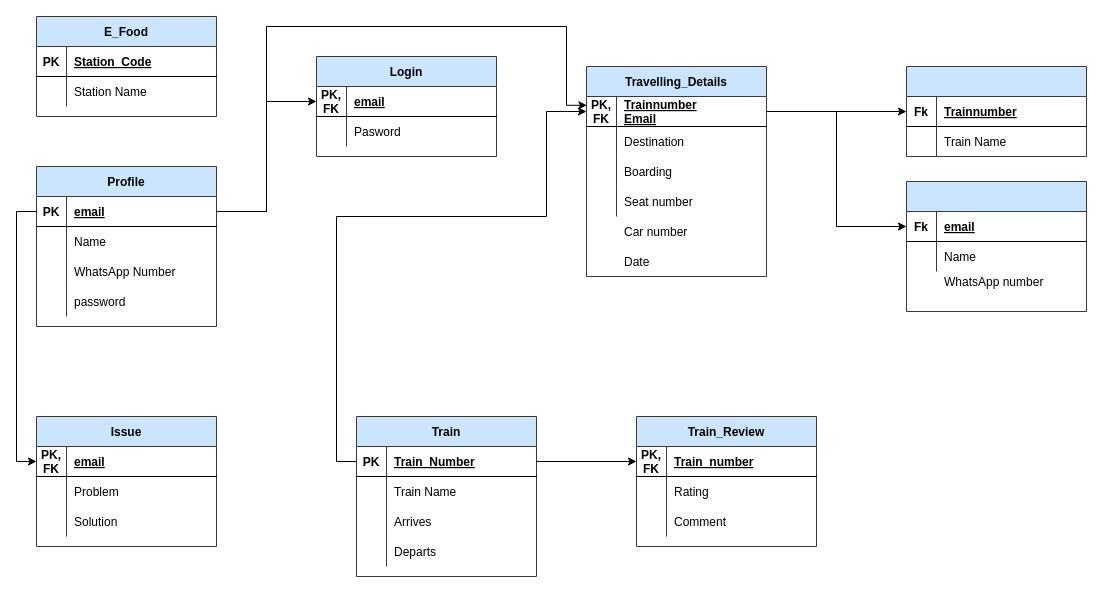
Above: Schema1.drawio in KarandeepSinghCoder/DBMSJcomponent (draw.io), before the change. Source tidied: cells renumbered, new cells numbered last; positions are measured from the earlier drawing's top-left corner, leaving out a move shared by most shapes. Both pictures are drawn from the tidied source at 100%, with x=0, y=0 at pixel (36, 16).
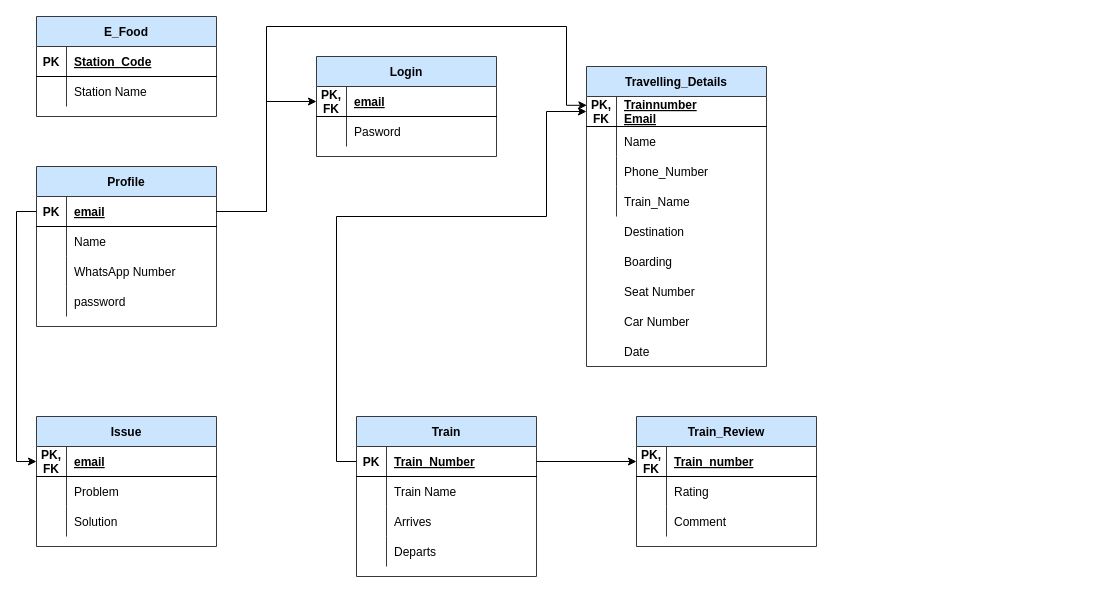
Above is the later version.

The change refers to these unchanged cells:
```xml
<mxCell id="16" style="shape=partialRectangle;fillColor=none;top=0;left=0;bottom=1;right=0;points=[[0,0.5],[1,0.5]];portConstraint=eastwest;" parent="15" vertex="1">
  <mxGeometry y="30" width="180" height="30" as="geometry" />
</mxCell>
```

What changed in the source:
```diff
@@
     <mxCell id="15" value="Travelling_Details" style="shape=table;startSize=30;childLayout=tableLayout;rowLines=0;fontStyle=1;align=center;fillColor=#cce5ff;strokeColor=#36393d;" parent="1" vertex="1">
-      <mxGeometry x="550" y="50" width="180" height="210" as="geometry" />
+      <mxGeometry x="550" y="50" width="180" height="300" as="geometry" />
     </mxCell>
@@
-    <mxCell id="19" style="shape=partialRectangle;fillColor=none;top=0;left=0;bottom=0;right=0;" parent="15" vertex="1">
-      <mxGeometry y="60" width="180" height="30" as="geometry" />
-    </mxCell>
-    <mxCell id="20" style="shape=partialRectangle;fillColor=none;top=0;left=0;bottom=0;right=0;overflow=hidden;" parent="19" vertex="1">
-      <mxGeometry width="30" height="30" as="geometry" />
-    </mxCell>
-    <mxCell id="21" value="Destination" style="shape=partialRectangle;fillColor=none;top=0;left=0;bottom=0;right=0;align=left;spacingLeft=6;overflow=hidden;" parent="19" vertex="1">
-      <mxGeometry x="30" width="150" height="30" as="geometry" />
-    </mxCell>
     <mxCell id="22" style="shape=partialRectangle;fillColor=none;top=0;left=0;bottom=0;right=0;" parent="15" vertex="1">
-      <mxGeometry y="90" width="180" height="30" as="geometry" />
+      <mxGeometry y="60" width="180" height="30" as="geometry" />
     </mxCell>
@@
-    <mxCell id="24" value="Boarding" style="shape=partialRectangle;fillColor=none;top=0;left=0;bottom=0;right=0;align=left;spacingLeft=6;overflow=hidden;" parent="22" vertex="1">
+    <mxCell id="24" style="shape=partialRectangle;fillColor=none;top=0;left=0;bottom=0;right=0;align=left;spacingLeft=6;overflow=hidden;" parent="22" vertex="1">
       <mxGeometry x="30" width="150" height="30" as="geometry" />
     </mxCell>
     <mxCell id="25" style="shape=partialRectangle;fillColor=none;top=0;left=0;bottom=0;right=0;" parent="15" vertex="1">
-      <mxGeometry y="120" width="180" height="30" as="geometry" />
+      <mxGeometry y="90" width="180" height="30" as="geometry" />
     </mxCell>
@@
-    <mxCell id="27" value="Seat number" style="shape=partialRectangle;fillColor=none;top=0;left=0;bottom=0;right=0;align=left;spacingLeft=6;overflow=hidden;" parent="25" vertex="1">
+    <mxCell id="27" style="shape=partialRectangle;fillColor=none;top=0;left=0;bottom=0;right=0;align=left;spacingLeft=6;overflow=hidden;" parent="25" vertex="1">
       <mxGeometry x="30" width="150" height="30" as="geometry" />
     </mxCell>
-    <mxCell id="28" style="shape=partialRectangle;fillColor=none;top=0;left=0;bottom=0;right=0;" parent="1" vertex="1">
-      <mxGeometry x="550" y="200" width="180" height="30" as="geometry" />
-    </mxCell>
-    <mxCell id="29" style="shape=partialRectangle;fillColor=none;top=0;left=0;bottom=0;right=0;overflow=hidden;" parent="28" vertex="1">
-      <mxGeometry width="30" height="30" as="geometry" />
-    </mxCell>
-    <mxCell id="30" value="Car number" style="shape=partialRectangle;fillColor=none;top=0;left=0;bottom=0;right=0;align=left;spacingLeft=6;overflow=hidden;" parent="28" vertex="1">
-      <mxGeometry x="30" width="150" height="30" as="geometry" />
-    </mxCell>
+    <mxCell id="19" style="shape=partialRectangle;fillColor=none;top=0;left=0;bottom=0;right=0;" parent="15" vertex="1">
+      <mxGeometry y="120" width="180" height="30" as="geometry" />
+    </mxCell>
+    <mxCell id="20" style="shape=partialRectangle;fillColor=none;top=0;left=0;bottom=0;right=0;overflow=hidden;" parent="19" vertex="1">
+      <mxGeometry width="30" height="30" as="geometry" />
+    </mxCell>
+    <mxCell id="21" style="shape=partialRectangle;fillColor=none;top=0;left=0;bottom=0;right=0;align=left;spacingLeft=6;overflow=hidden;" parent="19" vertex="1">
+      <mxGeometry x="30" width="150" height="30" as="geometry" />
+    </mxCell>
@@
-    <mxCell id="33" style="shape=partialRectangle;fillColor=none;top=0;left=0;bottom=0;right=0;" parent="1" vertex="1">
-      <mxGeometry x="550" y="230" width="180" height="30" as="geometry" />
-    </mxCell>
-    <mxCell id="34" style="shape=partialRectangle;fillColor=none;top=0;left=0;bottom=0;right=0;overflow=hidden;" parent="33" vertex="1">
-      <mxGeometry width="30" height="30" as="geometry" />
-    </mxCell>
-    <mxCell id="35" value="Date" style="shape=partialRectangle;fillColor=none;top=0;left=0;bottom=0;right=0;align=left;spacingLeft=6;overflow=hidden;" parent="33" vertex="1">
-      <mxGeometry x="30" width="150" height="30" as="geometry" />
-    </mxCell>
-    <mxCell id="36" style="shape=partialRectangle;fillColor=none;top=0;left=0;bottom=0;right=0;" parent="1" vertex="1">
-      <mxGeometry x="870" y="250" width="180" height="30" as="geometry" />
-    </mxCell>
-    <mxCell id="37" style="shape=partialRectangle;fillColor=none;top=0;left=0;bottom=0;right=0;overflow=hidden;" parent="36" vertex="1">
-      <mxGeometry width="30" height="30" as="geometry" />
-    </mxCell>
-    <mxCell id="38" value="WhatsApp number" style="shape=partialRectangle;fillColor=none;top=0;left=0;bottom=0;right=0;align=left;spacingLeft=6;overflow=hidden;" parent="36" vertex="1">
-      <mxGeometry x="30" width="150" height="30" as="geometry" />
-    </mxCell>
-    <mxCell id="39" style="shape=table;startSize=30;childLayout=tableLayout;rowLines=0;fontStyle=1;align=center;fillColor=#cce5ff;strokeColor=#36393d;" parent="1" vertex="1">
-      <mxGeometry x="870" y="50" width="180" height="90" as="geometry" />
-    </mxCell>
-    <mxCell id="40" style="shape=partialRectangle;fillColor=none;top=0;left=0;bottom=1;right=0;points=[[0,0.5],[1,0.5]];portConstraint=eastwest;" parent="39" vertex="1">
-      <mxGeometry y="30" width="180" height="30" as="geometry" />
-    </mxCell>
-    <mxCell id="41" value="Fk" style="shape=partialRectangle;fillColor=none;top=0;left=0;bottom=0;right=0;fontStyle=1;overflow=hidden;" parent="40" vertex="1">
-      <mxGeometry width="30" height="30" as="geometry" />
-    </mxCell>
-    <mxCell id="42" value="Trainnumber" style="shape=partialRectangle;fillColor=none;top=0;left=0;bottom=0;right=0;align=left;spacingLeft=6;fontStyle=5;overflow=hidden;" parent="40" vertex="1">
-      <mxGeometry x="30" width="150" height="30" as="geometry" />
-    </mxCell>
-    <mxCell id="43" style="shape=partialRectangle;fillColor=none;top=0;left=0;bottom=0;right=0;" parent="39" vertex="1">
-      <mxGeometry y="60" width="180" height="30" as="geometry" />
-    </mxCell>
-    <mxCell id="44" style="shape=partialRectangle;fillColor=none;top=0;left=0;bottom=0;right=0;overflow=hidden;" parent="43" vertex="1">
-      <mxGeometry width="30" height="30" as="geometry" />
-    </mxCell>
-    <mxCell id="45" value="Train Name" style="shape=partialRectangle;fillColor=none;top=0;left=0;bottom=0;right=0;align=left;spacingLeft=6;overflow=hidden;" parent="43" vertex="1">
-      <mxGeometry x="30" width="150" height="30" as="geometry" />
-    </mxCell>
-    <mxCell id="46" style="shape=table;startSize=30;childLayout=tableLayout;rowLines=0;fontStyle=1;align=center;fillColor=#cce5ff;strokeColor=#36393d;" parent="1" vertex="1">
-      <mxGeometry x="870" y="165" width="180" height="130" as="geometry" />
-    </mxCell>
-    <mxCell id="47" style="shape=partialRectangle;fillColor=none;top=0;left=0;bottom=1;right=0;points=[[0,0.5],[1,0.5]];portConstraint=eastwest;" parent="46" vertex="1">
-      <mxGeometry y="30" width="180" height="30" as="geometry" />
-    </mxCell>
-    <mxCell id="48" value="Fk" style="shape=partialRectangle;fillColor=none;top=0;left=0;bottom=0;right=0;fontStyle=1;overflow=hidden;" parent="47" vertex="1">
-      <mxGeometry width="30" height="30" as="geometry" />
-    </mxCell>
-    <mxCell id="49" value="email" style="shape=partialRectangle;fillColor=none;top=0;left=0;bottom=0;right=0;align=left;spacingLeft=6;fontStyle=5;overflow=hidden;" parent="47" vertex="1">
-      <mxGeometry x="30" width="150" height="30" as="geometry" />
-    </mxCell>
-    <mxCell id="50" style="shape=partialRectangle;fillColor=none;top=0;left=0;bottom=0;right=0;" parent="46" vertex="1">
-      <mxGeometry y="60" width="180" height="30" as="geometry" />
-    </mxCell>
-    <mxCell id="51" style="shape=partialRectangle;fillColor=none;top=0;left=0;bottom=0;right=0;overflow=hidden;" parent="50" vertex="1">
-      <mxGeometry width="30" height="30" as="geometry" />
-    </mxCell>
-    <mxCell id="52" value="Name" style="shape=partialRectangle;fillColor=none;top=0;left=0;bottom=0;right=0;align=left;spacingLeft=6;overflow=hidden;" parent="50" vertex="1">
-      <mxGeometry x="30" width="150" height="30" as="geometry" />
-    </mxCell>
@@
-    <mxCell id="105" style="edgeStyle=orthogonalEdgeStyle;rounded=0;jettySize=auto;html=1;exitX=1;exitY=0.5;exitDx=0;exitDy=0;entryX=0;entryY=0.5;entryDx=0;entryDy=0;" parent="1" edge="1" source="16" target="40">
-      <mxGeometry relative="1" as="geometry" />
-    </mxCell>
-    <mxCell id="106" style="edgeStyle=orthogonalEdgeStyle;rounded=0;jettySize=auto;html=1;exitX=1;exitY=0.5;exitDx=0;exitDy=0;entryX=0;entryY=0.5;entryDx=0;entryDy=0;" parent="1" edge="1" source="16" target="47">
-      <mxGeometry relative="1" as="geometry" />
-    </mxCell>
+    <mxCell id="52" value="Name" style="shape=partialRectangle;fillColor=none;top=0;left=0;bottom=0;right=0;align=left;spacingLeft=6;overflow=hidden;" parent="1" vertex="1">
+      <mxGeometry x="580" y="110" width="150" height="30" as="geometry" />
+    </mxCell>
+    <mxCell id="107" value="Phone_Number" style="shape=partialRectangle;fillColor=none;top=0;left=0;bottom=0;right=0;align=left;spacingLeft=6;overflow=hidden;" parent="1" vertex="1">
+      <mxGeometry x="580" y="140" width="150" height="30" as="geometry" />
+    </mxCell>
+    <mxCell id="108" value="Train_Name" style="shape=partialRectangle;fillColor=none;top=0;left=0;bottom=0;right=0;align=left;spacingLeft=6;overflow=hidden;" parent="1" vertex="1">
+      <mxGeometry x="580" y="170" width="150" height="30" as="geometry" />
+    </mxCell>
+    <mxCell id="109" value="Destination" style="shape=partialRectangle;fillColor=none;top=0;left=0;bottom=0;right=0;align=left;spacingLeft=6;overflow=hidden;" parent="1" vertex="1">
+      <mxGeometry x="580" y="200" width="150" height="30" as="geometry" />
+    </mxCell>
+    <mxCell id="110" value="Boarding" style="shape=partialRectangle;fillColor=none;top=0;left=0;bottom=0;right=0;align=left;spacingLeft=6;overflow=hidden;" parent="1" vertex="1">
+      <mxGeometry x="580" y="230" width="150" height="30" as="geometry" />
+    </mxCell>
+    <mxCell id="111" value="Seat Number" style="shape=partialRectangle;fillColor=none;top=0;left=0;bottom=0;right=0;align=left;spacingLeft=6;overflow=hidden;" parent="1" vertex="1">
+      <mxGeometry x="580" y="260" width="150" height="30" as="geometry" />
+    </mxCell>
+    <mxCell id="112" value="Car Number" style="shape=partialRectangle;fillColor=none;top=0;left=0;bottom=0;right=0;align=left;spacingLeft=6;overflow=hidden;" parent="1" vertex="1">
+      <mxGeometry x="580" y="290" width="150" height="30" as="geometry" />
+    </mxCell>
+    <mxCell id="35" value="Date" style="shape=partialRectangle;fillColor=none;top=0;left=0;bottom=0;right=0;align=left;spacingLeft=6;overflow=hidden;" parent="1" vertex="1">
+      <mxGeometry x="580" y="320" width="150" height="30" as="geometry" />
+    </mxCell>
```
